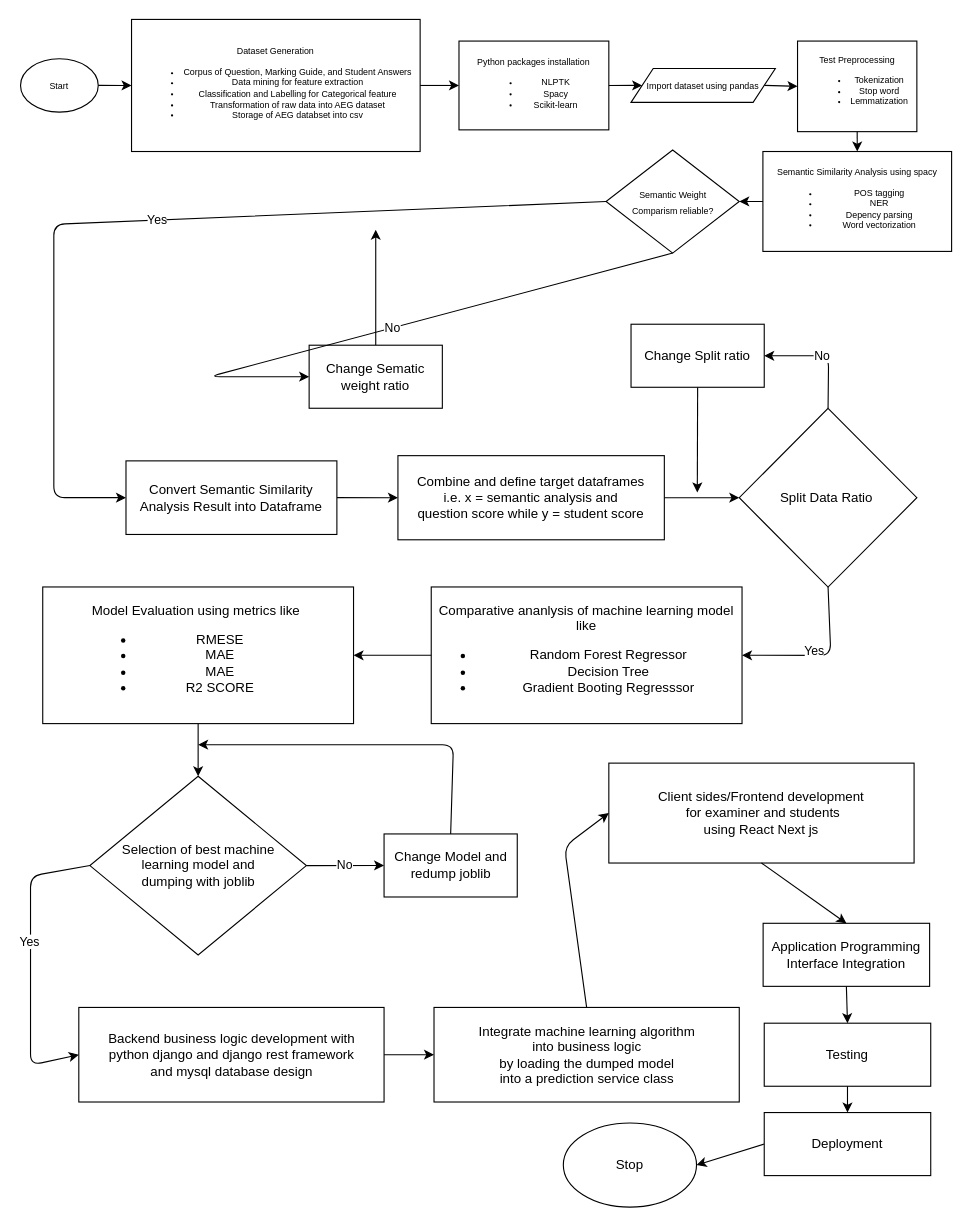
Earlier version of the draw.io diagram model/flowchart.drawio (Wizard-Fingerz/EssayGradingBE). Source tidied: cells renumbered, new cells numbered last; positions are measured from the earlier drawing's top-left corner, leaving out a move shared by most shapes. Both pictures are drawn from the tidied source at 111%, with x=0, y=0 at pixel (20, 19).
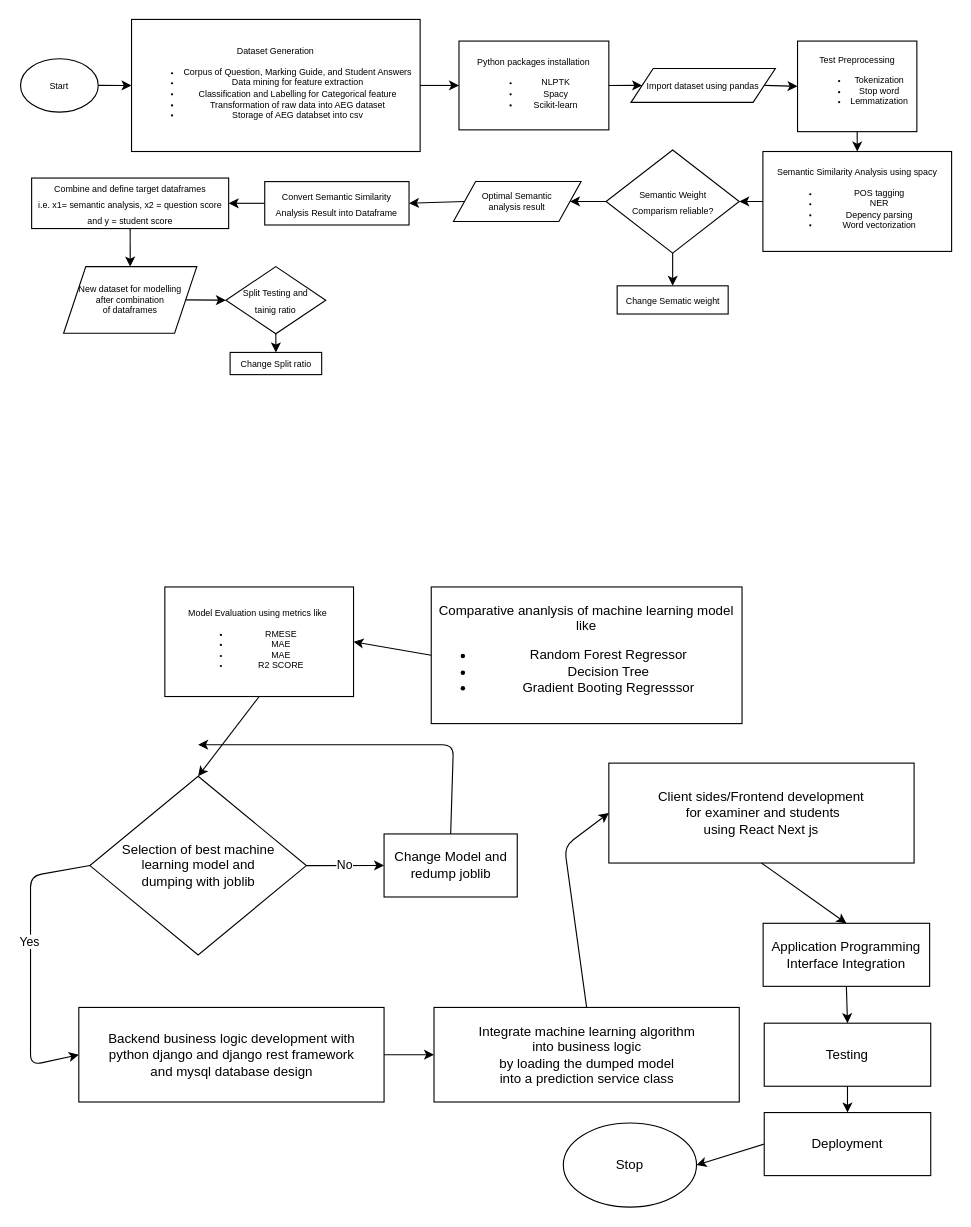
After the change.

Unchanged cells that the change refers to:
```xml
<mxCell id="18" value="&lt;font style=&quot;font-size: 8px;&quot;&gt;Semantic Weight &lt;br&gt;Comparism reliable?&lt;/font&gt;" style="rhombus;whiteSpace=wrap;html=1;" parent="1" vertex="1">
  <mxGeometry x="527.5" y="117.6" width="120" height="92.9" as="geometry" />
</mxCell>
<mxCell id="29" value="Comparative ananlysis of machine learning model like&lt;br&gt;&lt;ul&gt;&lt;li&gt;Random Forest Regressor&lt;/li&gt;&lt;li&gt;Decision Tree&lt;/li&gt;&lt;li&gt;Gradient Booting Regresssor&lt;/li&gt;&lt;/ul&gt;" style="rounded=0;whiteSpace=wrap;html=1;" parent="1" vertex="1">
  <mxGeometry x="370" y="511.3" width="280" height="123.1" as="geometry" />
</mxCell>
```

What changed in the source:
```diff
@@
+    <mxCell id="52" style="edgeStyle=none;html=1;exitX=0.5;exitY=1;exitDx=0;exitDy=0;entryX=0.5;entryY=0;entryDx=0;entryDy=0;fontSize=8;" parent="1" edge="1" source="3" target="57">
+      <mxGeometry relative="1" as="geometry" />
+    </mxCell>
-    <mxCell id="3" value="Combine and define target dataframes&lt;br&gt;i.e. x = semantic analysis and&lt;br&gt;question score while y = student score" style="rounded=0;whiteSpace=wrap;html=1;" parent="1" vertex="1">
-      <mxGeometry x="340" y="393" width="240" height="75.8" as="geometry" />
+    <mxCell id="3" value="&lt;font style=&quot;font-size: 8px;&quot;&gt;Combine and define target dataframes&lt;br&gt;i.e. x1= semantic analysis, x2 = question score and y = student score&lt;/font&gt;" style="rounded=0;whiteSpace=wrap;html=1;" parent="1" vertex="1">
+      <mxGeometry x="10" y="142.9" width="177.5" height="45.5" as="geometry" />
     </mxCell>
+    <mxCell id="28" style="edgeStyle=none;html=1;exitX=0.5;exitY=1;exitDx=0;exitDy=0;entryX=0.5;entryY=0;entryDx=0;entryDy=0;fontSize=8;" parent="1" edge="1" source="4" target="27">
+      <mxGeometry relative="1" as="geometry" />
+    </mxCell>
-    <mxCell id="4" value="Split Data Ratio&amp;nbsp;" style="rhombus;whiteSpace=wrap;html=1;" parent="1" vertex="1">
-      <mxGeometry x="647.5" y="350.4" width="160" height="161" as="geometry" />
+    <mxCell id="4" value="&lt;font style=&quot;font-size: 8px;&quot;&gt;Split Testing and &lt;br&gt;tainig ratio&lt;/font&gt;" style="rhombus;whiteSpace=wrap;html=1;" parent="1" vertex="1">
+      <mxGeometry x="185" y="222.7" width="90" height="60.5" as="geometry" />
     </mxCell>
-    <mxCell id="5" style="edgeStyle=none;html=1;exitX=1;exitY=0.5;exitDx=0;exitDy=0;entryX=0;entryY=0.5;entryDx=0;entryDy=0;" parent="1" edge="1" source="3" target="4">
-      <mxGeometry relative="1" as="geometry" />
-    </mxCell>
@@
+    <mxCell id="53" style="edgeStyle=none;html=1;exitX=0;exitY=0.5;exitDx=0;exitDy=0;entryX=1;entryY=0.5;entryDx=0;entryDy=0;fontSize=8;" parent="1" edge="1" source="18" target="55">
+      <mxGeometry relative="1" as="geometry" />
+    </mxCell>
+    <mxCell id="22" style="edgeStyle=none;html=1;exitX=0.5;exitY=1;exitDx=0;exitDy=0;entryX=0.5;entryY=0;entryDx=0;entryDy=0;fontSize=8;" parent="1" edge="1" source="18" target="21">
+      <mxGeometry relative="1" as="geometry" />
+    </mxCell>
@@
-    <mxCell id="20" style="edgeStyle=none;html=1;exitX=0.5;exitY=0;exitDx=0;exitDy=0;" parent="1" edge="1" source="21">
-      <mxGeometry relative="1" as="geometry">
-        <mxPoint x="320" y="189.4" as="targetPoint" />
-      </mxGeometry>
-    </mxCell>
-    <mxCell id="21" value="Change Sematic weight ratio" style="rounded=0;whiteSpace=wrap;html=1;" parent="1" vertex="1">
-      <mxGeometry x="260" y="293.5" width="120" height="56.8" as="geometry" />
+    <mxCell id="21" value="&lt;font style=&quot;font-size: 8px;&quot;&gt;Change Sematic weight&lt;/font&gt;" style="rounded=0;whiteSpace=wrap;html=1;" parent="1" vertex="1">
+      <mxGeometry x="537.5" y="240" width="100" height="25.4" as="geometry" />
     </mxCell>
-    <mxCell id="22" value="No" style="edgeStyle=none;html=1;exitX=0.5;exitY=1;exitDx=0;exitDy=0;entryX=0;entryY=0.5;entryDx=0;entryDy=0;" parent="1" edge="1" source="18" target="21">
-      <mxGeometry relative="1" as="geometry">
-        <Array as="points">
-          <mxPoint x="170" y="321.9" />
-        </Array>
-      </mxGeometry>
-    </mxCell>
-    <mxCell id="23" style="edgeStyle=none;html=1;exitX=1;exitY=0.5;exitDx=0;exitDy=0;entryX=0;entryY=0.5;entryDx=0;entryDy=0;" parent="1" edge="1" source="24" target="3">
+    <mxCell id="23" style="edgeStyle=none;html=1;exitX=0;exitY=0.5;exitDx=0;exitDy=0;entryX=1;entryY=0.5;entryDx=0;entryDy=0;fontSize=8;" parent="1" edge="1" source="24" target="3">
       <mxGeometry relative="1" as="geometry" />
     </mxCell>
-    <mxCell id="24" value="Convert Semantic Similarity&lt;br&gt;Analysis Result into Dataframe" style="rounded=0;whiteSpace=wrap;html=1;" parent="1" vertex="1">
-      <mxGeometry x="95" y="397.7" width="190" height="66.3" as="geometry" />
+    <mxCell id="24" value="&lt;font style=&quot;font-size: 8px;&quot;&gt;Convert Semantic Similarity&lt;br&gt;Analysis Result into Dataframe&lt;/font&gt;" style="rounded=0;whiteSpace=wrap;html=1;" parent="1" vertex="1">
+      <mxGeometry x="220" y="146.1" width="130" height="39.1" as="geometry" />
     </mxCell>
-    <mxCell id="25" value="Yes" style="edgeStyle=none;html=1;exitX=0;exitY=0.5;exitDx=0;exitDy=0;entryX=0;entryY=0.5;entryDx=0;entryDy=0;" parent="1" edge="1" source="18" target="24">
-      <mxGeometry relative="1" as="geometry">
-        <Array as="points">
-          <mxPoint x="30" y="184.6" />
-          <mxPoint x="30" y="430.8" />
-        </Array>
-      </mxGeometry>
-    </mxCell>
-    <mxCell id="26" style="edgeStyle=none;html=1;exitX=0.5;exitY=1;exitDx=0;exitDy=0;" parent="1" edge="1" source="27">
-      <mxGeometry relative="1" as="geometry">
-        <mxPoint x="609.7" y="426.1" as="targetPoint" />
-      </mxGeometry>
-    </mxCell>
-    <mxCell id="27" value="Change Split ratio" style="rounded=0;whiteSpace=wrap;html=1;" parent="1" vertex="1">
-      <mxGeometry x="550" y="274.6" width="120" height="56.8" as="geometry" />
+    <mxCell id="27" value="&lt;font style=&quot;font-size: 8px;&quot;&gt;Change Split ratio&lt;/font&gt;" style="rounded=0;whiteSpace=wrap;html=1;" parent="1" vertex="1">
+      <mxGeometry x="188.8" y="300" width="82.5" height="20" as="geometry" />
     </mxCell>
-    <mxCell id="28" value="No" style="edgeStyle=none;html=1;exitX=0.5;exitY=0;exitDx=0;exitDy=0;entryX=1;entryY=0.5;entryDx=0;entryDy=0;" parent="1" edge="1" source="4" target="27">
-      <mxGeometry relative="1" as="geometry">
-        <Array as="points">
-          <mxPoint x="728" y="303" />
-        </Array>
-      </mxGeometry>
-    </mxCell>
@@
-    <mxCell id="30" style="edgeStyle=none;html=1;exitX=0.5;exitY=1;exitDx=0;exitDy=0;entryX=1;entryY=0.5;entryDx=0;entryDy=0;" parent="1" edge="1" source="4" target="29">
-      <mxGeometry relative="1" as="geometry">
-        <Array as="points">
-          <mxPoint x="730" y="572.9" />
-        </Array>
-      </mxGeometry>
-    </mxCell>
-    <mxCell id="31" value="Yes" style="edgeLabel;html=1;align=center;verticalAlign=middle;" parent="30" vertex="1">
-      <mxGeometry x="0.08" y="-4" relative="1" as="geometry">
-        <mxPoint x="-1" as="offset" />
-      </mxGeometry>
-    </mxCell>
@@
-    <mxCell id="33" value="Model Evaluation using metrics like&amp;nbsp;&lt;br&gt;&lt;ul&gt;&lt;li&gt;RMESE&lt;/li&gt;&lt;li&gt;MAE&lt;/li&gt;&lt;li&gt;MAE&lt;/li&gt;&lt;li&gt;R2 SCORE&lt;/li&gt;&lt;/ul&gt;" style="rounded=0;whiteSpace=wrap;html=1;" parent="1" vertex="1">
-      <mxGeometry x="20" y="511.3" width="280" height="123.1" as="geometry" />
+    <mxCell id="33" value="&lt;font style=&quot;font-size: 8px;&quot;&gt;Model Evaluation using metrics like&amp;nbsp;&lt;br&gt;&lt;/font&gt;&lt;ul style=&quot;font-size: 8px;&quot;&gt;&lt;li style=&quot;&quot;&gt;&lt;font style=&quot;font-size: 8px;&quot;&gt;RMESE&lt;/font&gt;&lt;/li&gt;&lt;li style=&quot;&quot;&gt;&lt;font style=&quot;font-size: 8px;&quot;&gt;MAE&lt;/font&gt;&lt;/li&gt;&lt;li style=&quot;&quot;&gt;&lt;font style=&quot;font-size: 8px;&quot;&gt;MAE&lt;/font&gt;&lt;/li&gt;&lt;li style=&quot;&quot;&gt;&lt;font style=&quot;font-size: 8px;&quot;&gt;R2 SCORE&lt;/font&gt;&lt;/li&gt;&lt;/ul&gt;" style="rounded=0;whiteSpace=wrap;html=1;" parent="1" vertex="1">
+      <mxGeometry x="130" y="511.3" width="170" height="98.7" as="geometry" />
     </mxCell>
@@
+    <mxCell id="54" style="edgeStyle=none;html=1;exitX=0;exitY=0.5;exitDx=0;exitDy=0;entryX=1;entryY=0.5;entryDx=0;entryDy=0;fontSize=8;" parent="1" edge="1" source="55" target="24">
+      <mxGeometry relative="1" as="geometry" />
+    </mxCell>
+    <mxCell id="55" value="Optimal Semantic&lt;br&gt;analysis result" style="shape=parallelogram;perimeter=parallelogramPerimeter;whiteSpace=wrap;html=1;fixedSize=1;fontSize=8;" parent="1" vertex="1">
+      <mxGeometry x="390" y="146" width="115" height="36" as="geometry" />
+    </mxCell>
+    <mxCell id="56" style="edgeStyle=none;html=1;exitX=1;exitY=0.5;exitDx=0;exitDy=0;entryX=0;entryY=0.5;entryDx=0;entryDy=0;fontSize=8;" parent="1" edge="1" source="57" target="4">
+      <mxGeometry relative="1" as="geometry" />
+    </mxCell>
+    <mxCell id="57" value="New dataset for modelling&lt;br&gt;after combination &lt;br&gt;of dataframes" style="shape=parallelogram;perimeter=parallelogramPerimeter;whiteSpace=wrap;html=1;fixedSize=1;fontSize=8;" parent="1" vertex="1">
+      <mxGeometry x="38.8" y="222.7" width="120" height="60" as="geometry" />
+    </mxCell>
```
